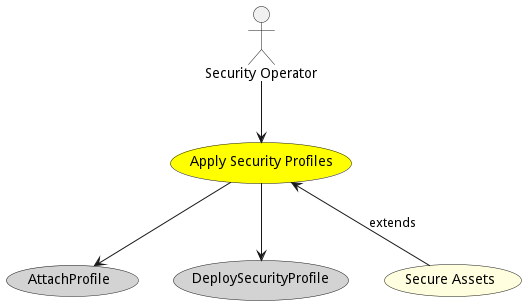
Above: docs/edgemere/sa/spm/usecases/applysecurityprofiles/Activities.png in madajaju/edgemere (PlantUML), before the change.
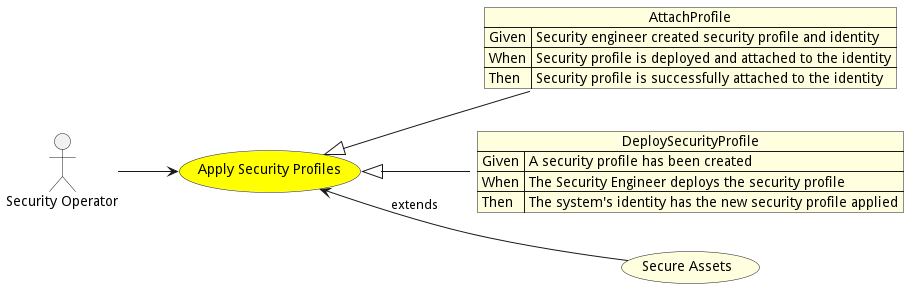
The same diagram one commit later.

The edit, as a diff of the source:
```diff
@@ -1,5 +1,7 @@
 @startuml
 
+
+left to right direction
 
 usecase "Apply Security Profiles" as ApplySecurityProfiles #yellow
 
@@ -9,13 +11,21 @@
 
 
 
-usecase "AttachProfile" as AttachProfile #lightgrey
+json AttachProfile #lightyellow {
+    "Given": "Security engineer created security profile and identity",
+    "When": "Security profile is deployed and attached to the identity",
+    "Then": "Security profile is successfully attached to the identity"
+}
 
-ApplySecurityProfiles --> AttachProfile
+ApplySecurityProfiles <|-- AttachProfile
 
-usecase "DeploySecurityProfile" as DeploySecurityProfile #lightgrey
+json DeploySecurityProfile #lightyellow {
+    "Given": "A security profile has been created",
+    "When": "The Security Engineer deploys the security profile",
+    "Then": "The system&#39;s identity has the new security profile applied"
+}
 
-ApplySecurityProfiles --> DeploySecurityProfile
+ApplySecurityProfiles <|-- DeploySecurityProfile
 
 
 
```
